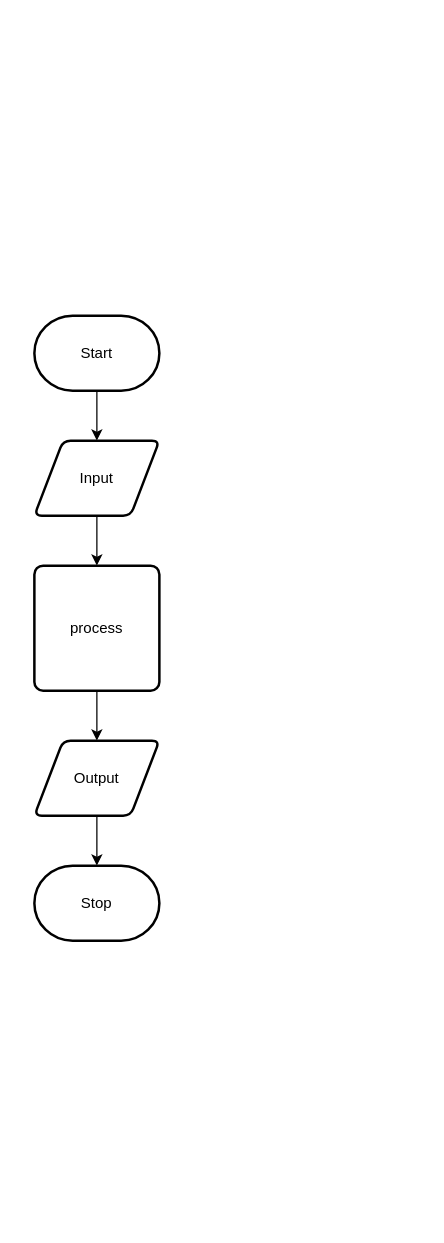
The draw.io diagram design/flow-chart.drawio in ashley-monaghan/ICS2OR-Unit-05-03, before the edit. Source tidied: cells renumbered, new cells numbered last; positions are measured from the earlier drawing's top-left corner, leaving out a move shared by most shapes. Both pictures are drawn from the tidied source at 125%, with x=0, y=0 at pixel (34, 315).
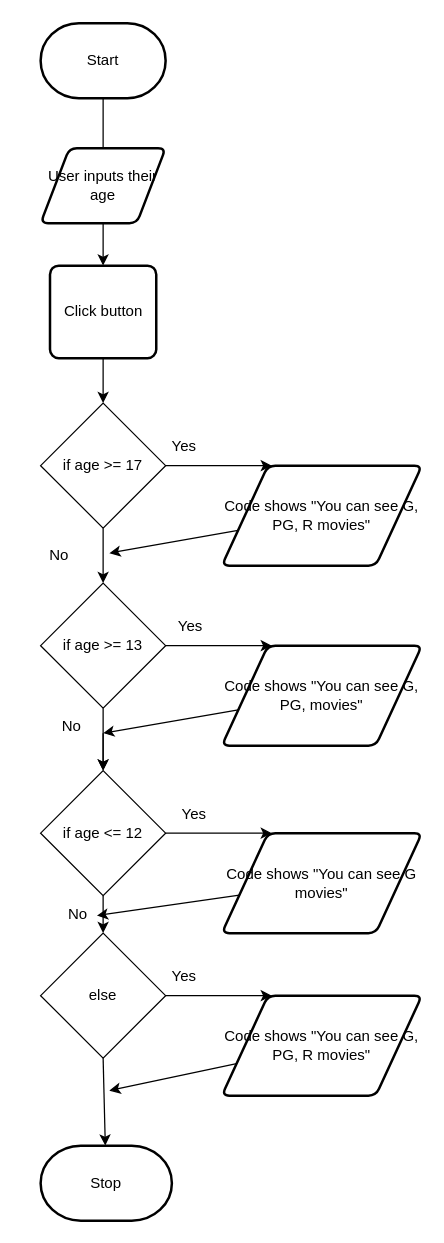
Above is the later version.

Commit message:
Flow chart

Diff of the diagram source:
```diff
@@
-    <mxCell id="2" style="edgeStyle=none;html=1;" parent="1" edge="1" source="3" target="5">
-      <mxGeometry relative="1" as="geometry" />
+    <mxCell id="2" style="edgeStyle=none;html=1;" parent="1" edge="1" source="3">
+      <mxGeometry relative="1" as="geometry">
+        <mxPoint x="55" y="-124" as="targetPoint" />
+      </mxGeometry>
     </mxCell>
     <mxCell id="3" value="Start" style="strokeWidth=2;html=1;shape=mxgraph.flowchart.terminator;whiteSpace=wrap;" parent="1" vertex="1">
-      <mxGeometry width="100" height="60" as="geometry" />
+      <mxGeometry x="5" y="-234" width="100" height="60" as="geometry" />
     </mxCell>
-    <mxCell id="4" style="edgeStyle=none;html=1;" parent="1" edge="1" source="5" target="7">
-      <mxGeometry relative="1" as="geometry" />
-    </mxCell>
-    <mxCell id="5" value="Input" style="shape=parallelogram;html=1;strokeWidth=2;perimeter=parallelogramPerimeter;whiteSpace=wrap;rounded=1;arcSize=12;size=0.23;" parent="1" vertex="1">
-      <mxGeometry y="100" width="100" height="60" as="geometry" />
-    </mxCell>
-    <mxCell id="6" style="edgeStyle=none;html=1;" parent="1" edge="1" source="7" target="9">
-      <mxGeometry relative="1" as="geometry" />
-    </mxCell>
-    <mxCell id="7" value="process" style="rounded=1;whiteSpace=wrap;html=1;absoluteArcSize=1;arcSize=14;strokeWidth=2;" parent="1" vertex="1">
-      <mxGeometry y="200" width="100" height="100" as="geometry" />
-    </mxCell>
-    <mxCell id="8" style="edgeStyle=none;html=1;" parent="1" edge="1" source="9" target="10">
-      <mxGeometry relative="1" as="geometry" />
+    <mxCell id="8" style="edgeStyle=none;html=1;" parent="1" edge="1" target="10">
+      <mxGeometry relative="1" as="geometry">
+        <mxPoint x="55" y="594" as="sourcePoint" />
+      </mxGeometry>
     </mxCell>
-    <mxCell id="9" value="Output" style="shape=parallelogram;html=1;strokeWidth=2;perimeter=parallelogramPerimeter;whiteSpace=wrap;rounded=1;arcSize=12;size=0.23;" parent="1" vertex="1">
-      <mxGeometry y="340" width="100" height="60" as="geometry" />
-    </mxCell>
     <mxCell id="10" value="Stop" style="strokeWidth=2;html=1;shape=mxgraph.flowchart.terminator;whiteSpace=wrap;" parent="1" vertex="1">
-      <mxGeometry y="440" width="100" height="60" as="geometry" />
+      <mxGeometry x="5" y="664" width="105" height="60" as="geometry" />
     </mxCell>
+    <mxCell id="11" style="edgeStyle=none;html=1;entryX=0.5;entryY=0;entryDx=0;entryDy=0;" parent="1" edge="1" source="12" target="19">
+      <mxGeometry relative="1" as="geometry" />
+    </mxCell>
+    <mxCell id="12" value="User inputs their age" style="shape=parallelogram;html=1;strokeWidth=2;perimeter=parallelogramPerimeter;whiteSpace=wrap;rounded=1;arcSize=12;size=0.23;" parent="1" vertex="1">
+      <mxGeometry x="5" y="-134" width="100" height="60" as="geometry" />
+    </mxCell>
+    <mxCell id="13" style="edgeStyle=none;html=1;entryX=0.25;entryY=0;entryDx=0;entryDy=0;" parent="1" edge="1" source="15" target="17">
+      <mxGeometry relative="1" as="geometry" />
+    </mxCell>
+    <mxCell id="14" style="edgeStyle=none;html=1;entryX=0.5;entryY=0;entryDx=0;entryDy=0;" parent="1" edge="1" source="15" target="22">
+      <mxGeometry relative="1" as="geometry" />
+    </mxCell>
+    <mxCell id="15" value="if age &amp;gt;= 17" style="rhombus;whiteSpace=wrap;html=1;" parent="1" vertex="1">
+      <mxGeometry x="5" y="70" width="100" height="100" as="geometry" />
+    </mxCell>
+    <mxCell id="16" style="edgeStyle=none;html=1;" parent="1" edge="1" source="17">
+      <mxGeometry relative="1" as="geometry">
+        <mxPoint x="60" y="190" as="targetPoint" />
+      </mxGeometry>
+    </mxCell>
+    <mxCell id="17" value="Code shows &quot;You can see G, PG, R movies&quot;" style="shape=parallelogram;html=1;strokeWidth=2;perimeter=parallelogramPerimeter;whiteSpace=wrap;rounded=1;arcSize=12;size=0.23;" parent="1" vertex="1">
+      <mxGeometry x="150" y="120" width="160" height="80" as="geometry" />
+    </mxCell>
+    <mxCell id="18" style="edgeStyle=none;html=1;entryX=0.5;entryY=0;entryDx=0;entryDy=0;" parent="1" edge="1" source="19" target="15">
+      <mxGeometry relative="1" as="geometry" />
+    </mxCell>
+    <mxCell id="19" value="Click button" style="rounded=1;whiteSpace=wrap;html=1;absoluteArcSize=1;arcSize=14;strokeWidth=2;" parent="1" vertex="1">
+      <mxGeometry x="12.5" y="-40" width="85" height="74" as="geometry" />
+    </mxCell>
+    <mxCell id="20" style="edgeStyle=none;html=1;entryX=0.25;entryY=0;entryDx=0;entryDy=0;" parent="1" edge="1" source="22" target="24">
+      <mxGeometry relative="1" as="geometry" />
+    </mxCell>
+    <mxCell id="21" style="edgeStyle=none;html=1;entryX=0.5;entryY=0;entryDx=0;entryDy=0;" parent="1" edge="1" source="22" target="26">
+      <mxGeometry relative="1" as="geometry" />
+    </mxCell>
+    <mxCell id="22" value="if age &amp;gt;= 13" style="rhombus;whiteSpace=wrap;html=1;" parent="1" vertex="1">
+      <mxGeometry x="5" y="214" width="100" height="100" as="geometry" />
+    </mxCell>
+    <mxCell id="23" style="edgeStyle=none;html=1;" parent="1" edge="1" source="24">
+      <mxGeometry relative="1" as="geometry">
+        <mxPoint x="55" y="334" as="targetPoint" />
+      </mxGeometry>
+    </mxCell>
+    <mxCell id="24" value="Code shows &quot;You can see G, PG, movies&quot;" style="shape=parallelogram;html=1;strokeWidth=2;perimeter=parallelogramPerimeter;whiteSpace=wrap;rounded=1;arcSize=12;size=0.23;" parent="1" vertex="1">
+      <mxGeometry x="150" y="264" width="160" height="80" as="geometry" />
+    </mxCell>
+    <mxCell id="25" style="edgeStyle=none;html=1;entryX=0.25;entryY=0;entryDx=0;entryDy=0;" parent="1" edge="1" source="26" target="28">
+      <mxGeometry relative="1" as="geometry" />
+    </mxCell>
+    <mxCell id="26" value="if age &amp;lt;= 12" style="rhombus;whiteSpace=wrap;html=1;" parent="1" vertex="1">
+      <mxGeometry x="5" y="364" width="100" height="100" as="geometry" />
+    </mxCell>
+    <mxCell id="27" style="edgeStyle=none;html=1;" parent="1" edge="1" source="28">
+      <mxGeometry relative="1" as="geometry">
+        <mxPoint x="50" y="480" as="targetPoint" />
+      </mxGeometry>
+    </mxCell>
+    <mxCell id="28" value="Code shows &quot;You can see G movies&quot;" style="shape=parallelogram;html=1;strokeWidth=2;perimeter=parallelogramPerimeter;whiteSpace=wrap;rounded=1;arcSize=12;size=0.23;" parent="1" vertex="1">
+      <mxGeometry x="150" y="414" width="160" height="80" as="geometry" />
+    </mxCell>
+    <mxCell id="29" style="edgeStyle=none;html=1;entryX=0.5;entryY=0;entryDx=0;entryDy=0;" parent="1" edge="1" target="26">
+      <mxGeometry relative="1" as="geometry">
+        <mxPoint x="55" y="334" as="sourcePoint" />
+      </mxGeometry>
+    </mxCell>
+    <mxCell id="30" style="edgeStyle=none;html=1;entryX=0.25;entryY=0;entryDx=0;entryDy=0;" parent="1" edge="1" source="31" target="33">
+      <mxGeometry relative="1" as="geometry" />
+    </mxCell>
+    <mxCell id="31" value="else" style="rhombus;whiteSpace=wrap;html=1;" parent="1" vertex="1">
+      <mxGeometry x="5" y="494" width="100" height="100" as="geometry" />
+    </mxCell>
+    <mxCell id="32" style="edgeStyle=none;html=1;" parent="1" edge="1" source="33">
+      <mxGeometry relative="1" as="geometry">
+        <mxPoint x="60" y="620" as="targetPoint" />
+      </mxGeometry>
+    </mxCell>
+    <mxCell id="33" value="Code shows &quot;You can see G, PG, R movies&quot;" style="shape=parallelogram;html=1;strokeWidth=2;perimeter=parallelogramPerimeter;whiteSpace=wrap;rounded=1;arcSize=12;size=0.23;" parent="1" vertex="1">
+      <mxGeometry x="150" y="544" width="160" height="80" as="geometry" />
+    </mxCell>
+    <mxCell id="34" style="edgeStyle=none;html=1;entryX=0.5;entryY=0;entryDx=0;entryDy=0;" parent="1" edge="1" target="31">
+      <mxGeometry relative="1" as="geometry">
+        <mxPoint x="55" y="464" as="sourcePoint" />
+      </mxGeometry>
+    </mxCell>
+    <mxCell id="35" value="Yes" style="text;html=1;strokeColor=none;fillColor=none;align=center;verticalAlign=middle;whiteSpace=wrap;rounded=0;" parent="1" vertex="1">
+      <mxGeometry x="90" y="90" width="60" height="30" as="geometry" />
+    </mxCell>
+    <mxCell id="36" value="Yes" style="text;html=1;strokeColor=none;fillColor=none;align=center;verticalAlign=middle;whiteSpace=wrap;rounded=0;" parent="1" vertex="1">
+      <mxGeometry x="95" y="234" width="60" height="30" as="geometry" />
+    </mxCell>
+    <mxCell id="37" value="Yes" style="text;html=1;strokeColor=none;fillColor=none;align=center;verticalAlign=middle;whiteSpace=wrap;rounded=0;" parent="1" vertex="1">
+      <mxGeometry x="97.5" y="384" width="60" height="30" as="geometry" />
+    </mxCell>
+    <mxCell id="38" value="Yes" style="text;html=1;strokeColor=none;fillColor=none;align=center;verticalAlign=middle;whiteSpace=wrap;rounded=0;" parent="1" vertex="1">
+      <mxGeometry x="90" y="514" width="60" height="30" as="geometry" />
+    </mxCell>
+    <mxCell id="39" value="No" style="text;html=1;strokeColor=none;fillColor=none;align=center;verticalAlign=middle;whiteSpace=wrap;rounded=0;" parent="1" vertex="1">
+      <mxGeometry y="314" width="60" height="30" as="geometry" />
+    </mxCell>
+    <mxCell id="40" value="No" style="text;html=1;strokeColor=none;fillColor=none;align=center;verticalAlign=middle;whiteSpace=wrap;rounded=0;" parent="1" vertex="1">
+      <mxGeometry x="5" y="464" width="60" height="30" as="geometry" />
+    </mxCell>
+    <mxCell id="41" value="No" style="text;html=1;strokeColor=none;fillColor=none;align=center;verticalAlign=middle;whiteSpace=wrap;rounded=0;" parent="1" vertex="1">
+      <mxGeometry x="-10" y="170" width="60" height="44" as="geometry" />
+    </mxCell>
```
